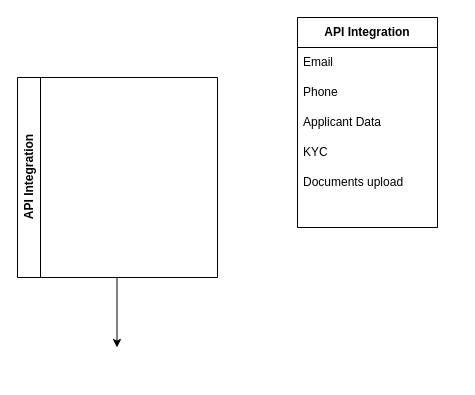
ghazaryan-arthur/Draw keeps this draw.io diagram as Untitled Diagram.drawio. Above is the earlier version. Source tidied: cells renumbered, new cells numbered last; positions are measured from the earlier drawing's top-left corner, leaving out a move shared by most shapes. Both pictures are drawn from the tidied source at 100%, with x=0, y=0 at pixel (17, 17).
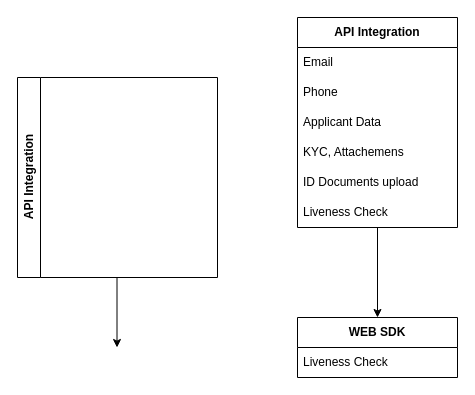
The same page after the edit.

The edit, as a diff of the source:
```diff
@@
 <mxGraphModel>
   <root>
     <mxCell id="0" />
     <mxCell id="1" parent="0" />
     <mxCell id="2" style="edgeStyle=orthogonalEdgeStyle;rounded=0;orthogonalLoop=1;jettySize=auto;html=1;" parent="1" edge="1">
       <mxGeometry relative="1" as="geometry">
         <mxPoint x="99.5" y="260" as="sourcePoint" />
         <mxPoint x="99.5" y="330" as="targetPoint" />
       </mxGeometry>
     </mxCell>
     <mxCell id="3" value="API Integration" style="swimlane;horizontal=0;whiteSpace=wrap;html=1;" parent="1" vertex="1">
       <mxGeometry y="60" width="200" height="200" as="geometry" />
     </mxCell>
+    <mxCell id="11" style="edgeStyle=orthogonalEdgeStyle;rounded=0;jettySize=auto;html=1;entryX=0.5;entryY=0;entryDx=0;entryDy=0;" parent="1" edge="1" source="4" target="12">
+      <mxGeometry relative="1" as="geometry" />
+    </mxCell>
     <mxCell id="4" value="&lt;b&gt;API Integration&lt;/b&gt;" style="swimlane;fontStyle=0;horizontal=1;startSize=30;whiteSpace=wrap;html=1;" parent="1" vertex="1">
-      <mxGeometry x="280" width="140" height="210" as="geometry" />
+      <mxGeometry x="280" width="160" height="210" as="geometry" />
     </mxCell>
     <mxCell id="5" value="Email" style="text;strokeColor=none;fillColor=none;align=left;verticalAlign=middle;spacingLeft=4;spacingRight=4;overflow=hidden;whiteSpace=wrap;html=1;" parent="4" vertex="1">
-      <mxGeometry y="30" width="140" height="30" as="geometry" />
+      <mxGeometry y="30" width="160" height="30" as="geometry" />
     </mxCell>
     <mxCell id="6" value="Phone" style="text;strokeColor=none;fillColor=none;align=left;verticalAlign=middle;spacingLeft=4;spacingRight=4;overflow=hidden;whiteSpace=wrap;html=1;" parent="4" vertex="1">
-      <mxGeometry y="60" width="140" height="30" as="geometry" />
+      <mxGeometry y="60" width="160" height="30" as="geometry" />
     </mxCell>
     <mxCell id="7" value="Applicant Data" style="text;strokeColor=none;fillColor=none;align=left;verticalAlign=middle;spacingLeft=4;spacingRight=4;overflow=hidden;whiteSpace=wrap;html=1;" parent="4" vertex="1">
-      <mxGeometry y="90" width="140" height="30" as="geometry" />
+      <mxGeometry y="90" width="160" height="30" as="geometry" />
     </mxCell>
-    <mxCell id="8" value="KYC" style="text;strokeColor=none;fillColor=none;align=left;verticalAlign=middle;spacingLeft=4;spacingRight=4;overflow=hidden;whiteSpace=wrap;html=1;" parent="4" vertex="1">
-      <mxGeometry y="120" width="140" height="30" as="geometry" />
+    <mxCell id="8" value="KYC, Attachemens" style="text;strokeColor=none;fillColor=none;align=left;verticalAlign=middle;spacingLeft=4;spacingRight=4;overflow=hidden;whiteSpace=wrap;html=1;" parent="4" vertex="1">
+      <mxGeometry y="120" width="160" height="30" as="geometry" />
     </mxCell>
-    <mxCell id="9" value="Documents upload" style="text;strokeColor=none;fillColor=none;align=left;verticalAlign=middle;spacingLeft=4;spacingRight=4;overflow=hidden;whiteSpace=wrap;html=1;" parent="4" vertex="1">
-      <mxGeometry y="150" width="140" height="30" as="geometry" />
+    <mxCell id="9" value="ID Documents upload" style="text;strokeColor=none;fillColor=none;align=left;verticalAlign=middle;spacingLeft=4;spacingRight=4;overflow=hidden;whiteSpace=wrap;html=1;" parent="4" vertex="1">
+      <mxGeometry y="150" width="160" height="30" as="geometry" />
     </mxCell>
-    <mxCell id="10" style="text;strokeColor=none;fillColor=none;align=left;verticalAlign=middle;spacingLeft=4;spacingRight=4;overflow=hidden;whiteSpace=wrap;html=1;" parent="4" vertex="1">
-      <mxGeometry y="180" width="140" height="30" as="geometry" />
+    <mxCell id="10" value="Liveness Check" style="text;strokeColor=none;fillColor=none;align=left;verticalAlign=middle;spacingLeft=4;spacingRight=4;overflow=hidden;whiteSpace=wrap;html=1;" parent="4" vertex="1">
+      <mxGeometry y="180" width="160" height="30" as="geometry" />
     </mxCell>
+    <mxCell id="12" value="&lt;b&gt;WEB SDK&lt;br&gt;&lt;/b&gt;" style="swimlane;fontStyle=0;horizontal=1;startSize=30;whiteSpace=wrap;html=1;" parent="1" vertex="1">
+      <mxGeometry x="280" y="300" width="160" height="60" as="geometry" />
+    </mxCell>
+    <mxCell id="13" value="Liveness Check" style="text;strokeColor=none;fillColor=none;align=left;verticalAlign=middle;spacingLeft=4;spacingRight=4;overflow=hidden;whiteSpace=wrap;html=1;" parent="12" vertex="1">
+      <mxGeometry y="30" width="160" height="30" as="geometry" />
+    </mxCell>
   </root>
 </mxGraphModel>
```
